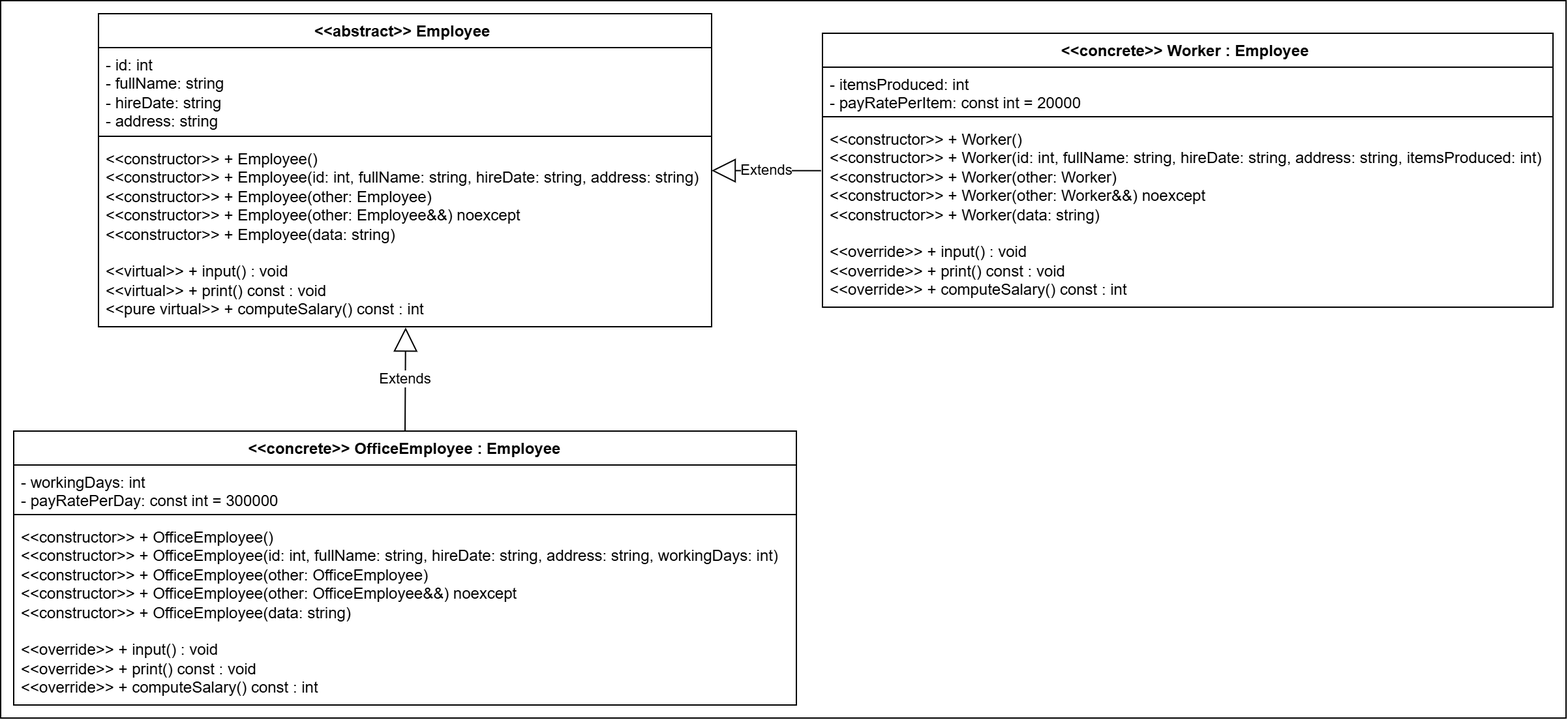
Above: W05-Inheritance/Assignment01/CompanyDiagram.png in Hacdess/OOP_HCMUS (draw.io), before the change. Source tidied: cells renumbered, new cells last; positions are measured from the earlier drawing's top-left corner, leaving out a move shared by most shapes.
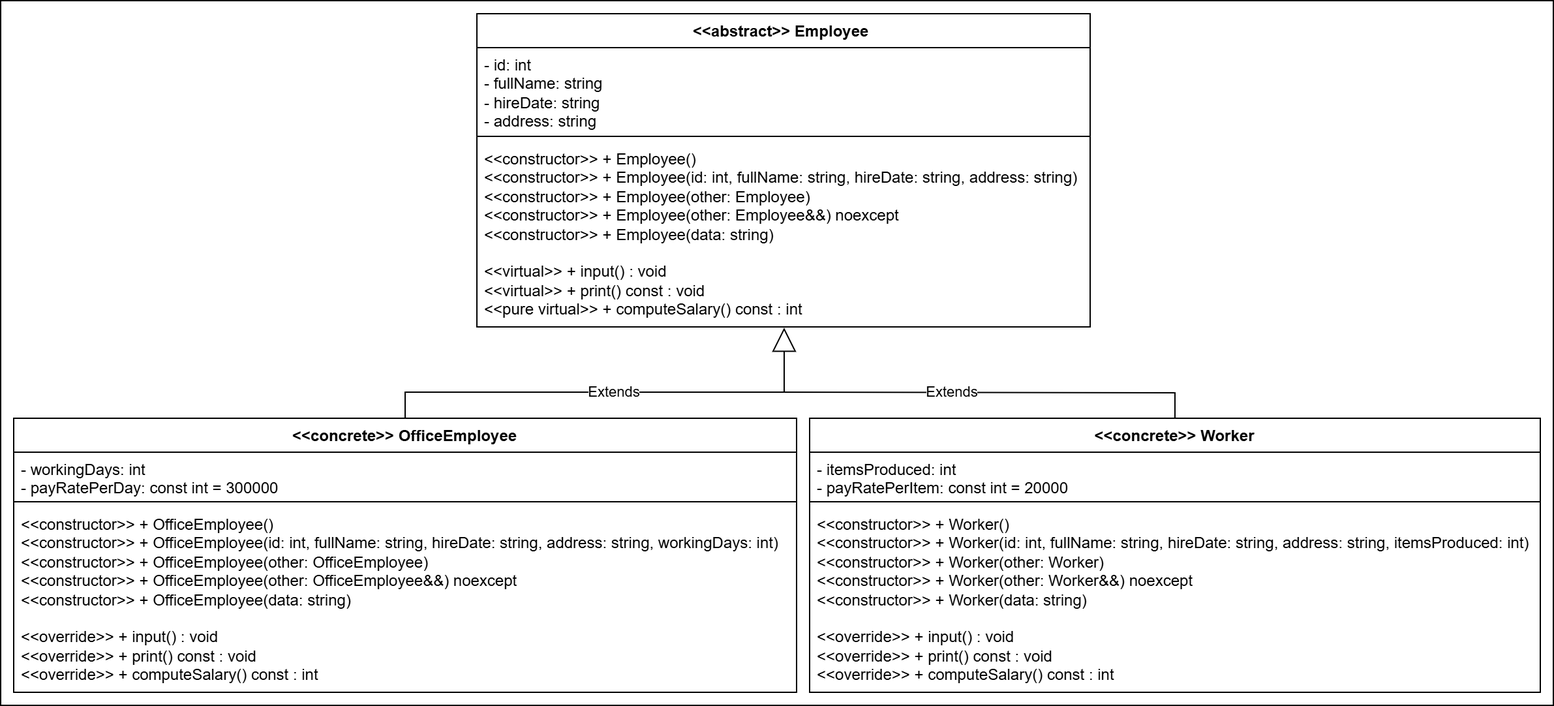
The same diagram one commit later.

What changed in the source:
```diff
@@ -3,10 +3,10 @@
     <mxCell id="0" />
     <mxCell id="1" parent="0" />
     <mxCell id="2" style="rounded=0;whiteSpace=wrap;html=1;" parent="1" vertex="1">
-      <mxGeometry width="1200" height="550" as="geometry" />
+      <mxGeometry y="10" width="1190" height="540" as="geometry" />
     </mxCell>
     <mxCell id="3" value="&amp;lt;&amp;lt;&lt;span class=&quot;hljs-keyword&quot;&gt;abstract&lt;/span&gt;&amp;gt;&amp;gt;          Employee&amp;nbsp;" style="swimlane;fontStyle=1;align=center;verticalAlign=top;horizontal=1;startSize=26;whiteSpace=wrap;html=1;" parent="1" vertex="1">
-      <mxGeometry x="75" y="10" width="470" height="240" as="geometry" />
+      <mxGeometry x="365" y="20" width="470" height="240" as="geometry" />
     </mxCell>
     <mxCell id="4" value="- id: &lt;span class=&quot;hljs-keyword&quot;&gt;int&lt;/span&gt;         &lt;br&gt;   - fullName: &lt;span class=&quot;hljs-keyword&quot;&gt;string&lt;/span&gt;&lt;br&gt;   - hireDate: &lt;span class=&quot;hljs-keyword&quot;&gt;string&lt;/span&gt;&lt;br&gt;   - address: &lt;span class=&quot;hljs-keyword&quot;&gt;string&lt;/span&gt;" style="text;strokeColor=none;fillColor=none;align=left;verticalAlign=top;spacingLeft=4;spacingRight=4;overflow=hidden;whiteSpace=wrap;html=1;" parent="3" vertex="1">
       <mxGeometry y="26" width="470" height="64" as="geometry" />
@@ -17,8 +17,19 @@
     <mxCell id="6" value="&amp;lt;&amp;lt;constructor&amp;gt;&amp;gt; + &lt;span class=&quot;hljs-title function_ invoke__&quot;&gt;Employee&lt;/span&gt;()&lt;br&gt;&amp;lt;&amp;lt;constructor&amp;gt;&amp;gt; + &lt;span class=&quot;hljs-title function_ invoke__&quot;&gt;Employee&lt;/span&gt;(&lt;span class=&quot;hljs-attr&quot;&gt;id&lt;/span&gt;: &lt;span class=&quot;hljs-keyword&quot;&gt;int&lt;/span&gt;, &lt;span class=&quot;hljs-attr&quot;&gt;fullName&lt;/span&gt;: &lt;span class=&quot;hljs-keyword&quot;&gt;string&lt;/span&gt;, &lt;span class=&quot;hljs-attr&quot;&gt;hireDate&lt;/span&gt;: &lt;span class=&quot;hljs-keyword&quot;&gt;string&lt;/span&gt;, &lt;span class=&quot;hljs-attr&quot;&gt;address&lt;/span&gt;: &lt;span class=&quot;hljs-keyword&quot;&gt;string&lt;/span&gt;)&lt;br&gt;&amp;lt;&amp;lt;constructor&amp;gt;&amp;gt; + &lt;span class=&quot;hljs-title function_ invoke__&quot;&gt;Employee&lt;/span&gt;(&lt;span class=&quot;hljs-attr&quot;&gt;other&lt;/span&gt;: Employee)&lt;br&gt;&amp;lt;&amp;lt;constructor&amp;gt;&amp;gt; + &lt;span class=&quot;hljs-title function_ invoke__&quot;&gt;Employee&lt;/span&gt;(&lt;span class=&quot;hljs-attr&quot;&gt;other&lt;/span&gt;: Employee&amp;amp;&amp;amp;) noexcept&lt;br&gt;&amp;lt;&amp;lt;constructor&amp;gt;&amp;gt; + &lt;span class=&quot;hljs-title function_ invoke__&quot;&gt;Employee&lt;/span&gt;(&lt;span class=&quot;hljs-attr&quot;&gt;data&lt;/span&gt;: &lt;span class=&quot;hljs-keyword&quot;&gt;string&lt;/span&gt;)&lt;div&gt;&lt;br&gt;&amp;lt;&amp;lt;virtual&amp;gt;&amp;gt; + &lt;span class=&quot;hljs-title function_ invoke__&quot;&gt;input&lt;/span&gt;() : &lt;span class=&quot;hljs-keyword&quot;&gt;void&lt;/span&gt;&lt;br&gt;&amp;lt;&amp;lt;virtual&amp;gt;&amp;gt; + &lt;span class=&quot;hljs-keyword&quot;&gt;print&lt;/span&gt;() &lt;span class=&quot;hljs-keyword&quot;&gt;const&lt;/span&gt; : &lt;span class=&quot;hljs-keyword&quot;&gt;void&lt;/span&gt;&lt;/div&gt;&lt;div&gt;&lt;span class=&quot;hljs-keyword&quot;&gt;&amp;lt;&amp;lt;pure virtual&amp;gt;&amp;gt; +&amp;nbsp;&lt;span class=&quot;hljs-title function_ invoke__&quot;&gt;computeSalary&lt;/span&gt;()&amp;nbsp;&lt;span class=&quot;hljs-keyword&quot;&gt;const&lt;/span&gt;&amp;nbsp;:&amp;nbsp;&lt;span class=&quot;hljs-keyword&quot;&gt;int&lt;/span&gt;&lt;br&gt;&lt;/span&gt;&lt;/div&gt;" style="text;strokeColor=none;fillColor=none;align=left;verticalAlign=top;spacingLeft=4;spacingRight=4;overflow=hidden;points=[[0,0.5],[1,0.5]];portConstraint=eastwest;whiteSpace=wrap;html=1;" parent="3" vertex="1">
       <mxGeometry y="98" width="470" height="142" as="geometry" />
     </mxCell>
+    <mxCell id="16" value="Extends" style="endArrow=block;endSize=16;endFill=0;html=1;rounded=0;exitX=0.5;exitY=0;exitDx=0;exitDy=0;entryX=0.501;entryY=1.004;entryDx=0;entryDy=0;entryPerimeter=0;edgeStyle=orthogonalEdgeStyle;" parent="1" edge="1" source="7" target="6">
+      <mxGeometry relative="1" as="geometry">
+        <Array as="points">
+          <mxPoint x="310" y="310" />
+          <mxPoint x="600" y="310" />
+        </Array>
+      </mxGeometry>
+    </mxCell>
+    <mxCell id="17" style="group;" parent="1" vertex="1">
+      <mxGeometry x="10" y="330" width="1170" height="210" as="geometry" />
+    </mxCell>
-    <mxCell id="7" value="    &amp;lt;&amp;lt;concrete&amp;gt;&amp;gt;          OfficeEmployee : Employee&lt;br/&gt;&lt;br&gt;      " style="swimlane;fontStyle=1;align=center;verticalAlign=top;horizontal=1;startSize=26;whiteSpace=wrap;html=1;" parent="1" vertex="1">
-      <mxGeometry x="10" y="330" width="600" height="210" as="geometry" />
+    <mxCell id="7" value="    &amp;lt;&amp;lt;concrete&amp;gt;&amp;gt;          OfficeEmployee&lt;br&gt;      " style="swimlane;fontStyle=1;align=center;verticalAlign=top;horizontal=1;startSize=26;whiteSpace=wrap;html=1;" parent="17" vertex="1">
+      <mxGeometry width="600" height="210" as="geometry" />
     </mxCell>
     <mxCell id="8" value="- workingDays: &lt;span class=&quot;hljs-keyword&quot;&gt;int&lt;/span&gt;&lt;br/&gt;    - payRatePerDay: &lt;span class=&quot;hljs-keyword&quot;&gt;const&lt;/span&gt; &lt;span class=&quot;hljs-variable constant_&quot;&gt;int&lt;/span&gt; = &lt;span class=&quot;hljs-number&quot;&gt;300000&lt;/span&gt;" style="text;strokeColor=none;fillColor=none;align=left;verticalAlign=top;spacingLeft=4;spacingRight=4;overflow=hidden;whiteSpace=wrap;html=1;" parent="7" vertex="1">
       <mxGeometry y="26" width="600" height="34" as="geometry" />
@@ -29,8 +40,8 @@
     <mxCell id="10" value="&amp;lt;&amp;lt;constructor&amp;gt;&amp;gt; + &lt;span class=&quot;hljs-title function_ invoke__&quot;&gt;OfficeEmployee&lt;/span&gt;()&lt;br&gt;&amp;lt;&amp;lt;constructor&amp;gt;&amp;gt; + &lt;span class=&quot;hljs-title function_ invoke__&quot;&gt;OfficeEmployee&lt;/span&gt;(&lt;span class=&quot;hljs-attr&quot;&gt;id&lt;/span&gt;: &lt;span class=&quot;hljs-keyword&quot;&gt;int&lt;/span&gt;, &lt;span class=&quot;hljs-attr&quot;&gt;fullName&lt;/span&gt;: &lt;span class=&quot;hljs-keyword&quot;&gt;string&lt;/span&gt;, &lt;span class=&quot;hljs-attr&quot;&gt;hireDate&lt;/span&gt;: &lt;span class=&quot;hljs-keyword&quot;&gt;string&lt;/span&gt;, &lt;span class=&quot;hljs-attr&quot;&gt;address&lt;/span&gt;: &lt;span class=&quot;hljs-keyword&quot;&gt;string&lt;/span&gt;, &lt;span class=&quot;hljs-attr&quot;&gt;workingDays&lt;/span&gt;: &lt;span class=&quot;hljs-keyword&quot;&gt;int&lt;/span&gt;)&lt;br&gt;&amp;lt;&amp;lt;constructor&amp;gt;&amp;gt; + &lt;span class=&quot;hljs-title function_ invoke__&quot;&gt;OfficeEmployee&lt;/span&gt;(&lt;span class=&quot;hljs-attr&quot;&gt;other&lt;/span&gt;: OfficeEmployee)&lt;br&gt;&amp;lt;&amp;lt;constructor&amp;gt;&amp;gt; + &lt;span class=&quot;hljs-title function_ invoke__&quot;&gt;OfficeEmployee&lt;/span&gt;(&lt;span class=&quot;hljs-attr&quot;&gt;other&lt;/span&gt;: OfficeEmployee&amp;amp;&amp;amp;) noexcept&lt;br&gt;&amp;lt;&amp;lt;constructor&amp;gt;&amp;gt; + &lt;span class=&quot;hljs-title function_ invoke__&quot;&gt;OfficeEmployee&lt;/span&gt;(&lt;span class=&quot;hljs-attr&quot;&gt;data&lt;/span&gt;: &lt;span class=&quot;hljs-keyword&quot;&gt;string&lt;/span&gt;)&lt;div&gt;&lt;br&gt;&amp;lt;&amp;lt;override&amp;gt;&amp;gt; + &lt;span class=&quot;hljs-title function_ invoke__&quot;&gt;input&lt;/span&gt;() : &lt;span class=&quot;hljs-keyword&quot;&gt;void&lt;/span&gt;&lt;br&gt;&amp;lt;&amp;lt;override&amp;gt;&amp;gt; + &lt;span class=&quot;hljs-keyword&quot;&gt;print&lt;/span&gt;() &lt;span class=&quot;hljs-keyword&quot;&gt;const&lt;/span&gt; : &lt;span class=&quot;hljs-keyword&quot;&gt;void&lt;/span&gt;&lt;br&gt;&amp;lt;&amp;lt;override&amp;gt;&amp;gt; + &lt;span class=&quot;hljs-title function_ invoke__&quot;&gt;computeSalary&lt;/span&gt;() &lt;span class=&quot;hljs-keyword&quot;&gt;const&lt;/span&gt; : &lt;span class=&quot;hljs-keyword&quot;&gt;int&lt;/span&gt;&lt;/div&gt;" style="text;strokeColor=none;fillColor=none;align=left;verticalAlign=top;spacingLeft=4;spacingRight=4;overflow=hidden;whiteSpace=wrap;html=1;" parent="7" vertex="1">
       <mxGeometry y="68" width="600" height="142" as="geometry" />
     </mxCell>
-    <mxCell id="11" value="&amp;lt;&amp;lt;concrete&amp;gt;&amp;gt;          Worker : Employee&amp;nbsp;      " style="swimlane;fontStyle=1;align=center;verticalAlign=top;horizontal=1;startSize=26;whiteSpace=wrap;html=1;" parent="1" vertex="1">
-      <mxGeometry x="630" y="25" width="560" height="210" as="geometry" />
+    <mxCell id="11" value="&amp;lt;&amp;lt;concrete&amp;gt;&amp;gt;          Worker" style="swimlane;fontStyle=1;align=center;verticalAlign=top;horizontal=1;startSize=26;whiteSpace=wrap;html=1;" parent="17" vertex="1">
+      <mxGeometry x="610" width="560" height="210" as="geometry" />
     </mxCell>
     <mxCell id="12" value="- itemsProduced: &lt;span class=&quot;hljs-keyword&quot;&gt;int&lt;/span&gt;&lt;br/&gt;    - payRatePerItem: &lt;span class=&quot;hljs-keyword&quot;&gt;const&lt;/span&gt; &lt;span class=&quot;hljs-variable constant_&quot;&gt;int&lt;/span&gt; = &lt;span class=&quot;hljs-number&quot;&gt;20000&lt;/span&gt;" style="text;strokeColor=none;fillColor=none;align=left;verticalAlign=top;spacingLeft=4;spacingRight=4;overflow=hidden;whiteSpace=wrap;html=1;" parent="11" vertex="1">
       <mxGeometry y="26" width="560" height="34" as="geometry" />
@@ -41,11 +52,13 @@
     <mxCell id="14" value="&amp;lt;&amp;lt;constructor&amp;gt;&amp;gt; + &lt;span class=&quot;hljs-title function_ invoke__&quot;&gt;Worker&lt;/span&gt;()&lt;br&gt;&amp;lt;&amp;lt;constructor&amp;gt;&amp;gt; + &lt;span class=&quot;hljs-title function_ invoke__&quot;&gt;Worker&lt;/span&gt;(&lt;span class=&quot;hljs-attr&quot;&gt;id&lt;/span&gt;: &lt;span class=&quot;hljs-keyword&quot;&gt;int&lt;/span&gt;, &lt;span class=&quot;hljs-attr&quot;&gt;fullName&lt;/span&gt;: &lt;span class=&quot;hljs-keyword&quot;&gt;string&lt;/span&gt;, &lt;span class=&quot;hljs-attr&quot;&gt;hireDate&lt;/span&gt;: &lt;span class=&quot;hljs-keyword&quot;&gt;string&lt;/span&gt;, &lt;span class=&quot;hljs-attr&quot;&gt;address&lt;/span&gt;: &lt;span class=&quot;hljs-keyword&quot;&gt;string&lt;/span&gt;, &lt;span class=&quot;hljs-attr&quot;&gt;itemsProduced&lt;/span&gt;: &lt;span class=&quot;hljs-keyword&quot;&gt;int&lt;/span&gt;)&lt;br&gt;&amp;lt;&amp;lt;constructor&amp;gt;&amp;gt; + &lt;span class=&quot;hljs-title function_ invoke__&quot;&gt;Worker&lt;/span&gt;(&lt;span class=&quot;hljs-attr&quot;&gt;other&lt;/span&gt;: Worker)&lt;br&gt;&amp;lt;&amp;lt;constructor&amp;gt;&amp;gt; + &lt;span class=&quot;hljs-title function_ invoke__&quot;&gt;Worker&lt;/span&gt;(&lt;span class=&quot;hljs-attr&quot;&gt;other&lt;/span&gt;: Worker&amp;amp;&amp;amp;) noexcept&lt;br&gt;&amp;lt;&amp;lt;constructor&amp;gt;&amp;gt; + &lt;span class=&quot;hljs-title function_ invoke__&quot;&gt;Worker&lt;/span&gt;(&lt;span class=&quot;hljs-attr&quot;&gt;data&lt;/span&gt;: &lt;span class=&quot;hljs-keyword&quot;&gt;string&lt;/span&gt;)&lt;div&gt;&lt;br&gt;&amp;lt;&amp;lt;override&amp;gt;&amp;gt; + &lt;span class=&quot;hljs-title function_ invoke__&quot;&gt;input&lt;/span&gt;() : &lt;span class=&quot;hljs-keyword&quot;&gt;void&lt;/span&gt;&lt;br&gt;&amp;lt;&amp;lt;override&amp;gt;&amp;gt; + &lt;span class=&quot;hljs-keyword&quot;&gt;print&lt;/span&gt;() &lt;span class=&quot;hljs-keyword&quot;&gt;const&lt;/span&gt; : &lt;span class=&quot;hljs-keyword&quot;&gt;void&lt;/span&gt;&lt;br&gt;&amp;lt;&amp;lt;override&amp;gt;&amp;gt; + &lt;span class=&quot;hljs-title function_ invoke__&quot;&gt;computeSalary&lt;/span&gt;() &lt;span class=&quot;hljs-keyword&quot;&gt;const&lt;/span&gt; : &lt;span class=&quot;hljs-keyword&quot;&gt;int&lt;/span&gt;&lt;/div&gt;" style="text;strokeColor=none;fillColor=none;align=left;verticalAlign=top;spacingLeft=4;spacingRight=4;overflow=hidden;points=[[0,0.5],[1,0.5]];portConstraint=eastwest;whiteSpace=wrap;html=1;" parent="11" vertex="1">
       <mxGeometry y="68" width="560" height="142" as="geometry" />
     </mxCell>
+    <mxCell id="18" style="endArrow=none;html=1;rounded=0;entryX=0.5;entryY=0;entryDx=0;entryDy=0;edgeStyle=orthogonalEdgeStyle;" parent="1" edge="1" target="11">
+      <mxGeometry relative="1" as="geometry">
+        <mxPoint x="600" y="310" as="sourcePoint" />
+      </mxGeometry>
+    </mxCell>
-    <mxCell id="15" value="Extends" style="endArrow=block;endSize=16;endFill=0;html=1;rounded=0;entryX=1;entryY=0.157;entryDx=0;entryDy=0;entryPerimeter=0;exitX=-0.002;exitY=0.263;exitDx=0;exitDy=0;exitPerimeter=0;" parent="1" edge="1" source="14" target="6">
-      <mxGeometry relative="1" as="geometry" />
+    <mxCell id="15" value="Extends" style="edgeLabel;html=1;align=center;verticalAlign=middle;" parent="18" vertex="1">
+      <mxGeometry x="-0.2" y="1" relative="1" as="geometry" />
     </mxCell>
-    <mxCell id="16" value="Extends" style="endArrow=block;endSize=16;endFill=0;html=1;rounded=0;exitX=0.5;exitY=0;exitDx=0;exitDy=0;entryX=0.501;entryY=1.004;entryDx=0;entryDy=0;entryPerimeter=0;" parent="1" edge="1" source="7" target="6">
-      <mxGeometry relative="1" as="geometry" />
-    </mxCell>
   </root>
 </mxGraphModel>
```
